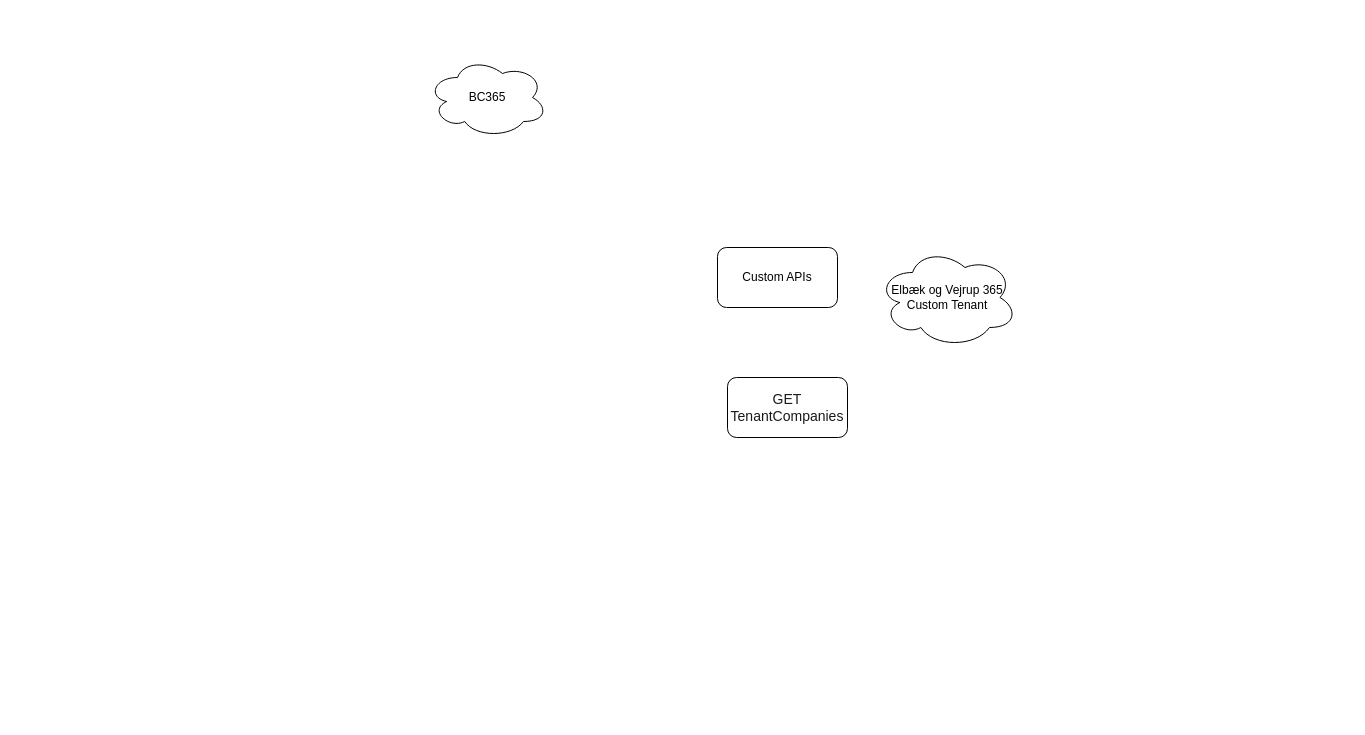
enkopvand/enterprise-architecture keeps this draw.io diagram as bc365.drawio. Above is the earlier version. Source tidied: cells renumbered, new cells numbered last; positions are measured from the earlier drawing's top-left corner, leaving out a move shared by most shapes. Both pictures are drawn from the tidied source at 100%, with x=0, y=0 at pixel (427, 57).
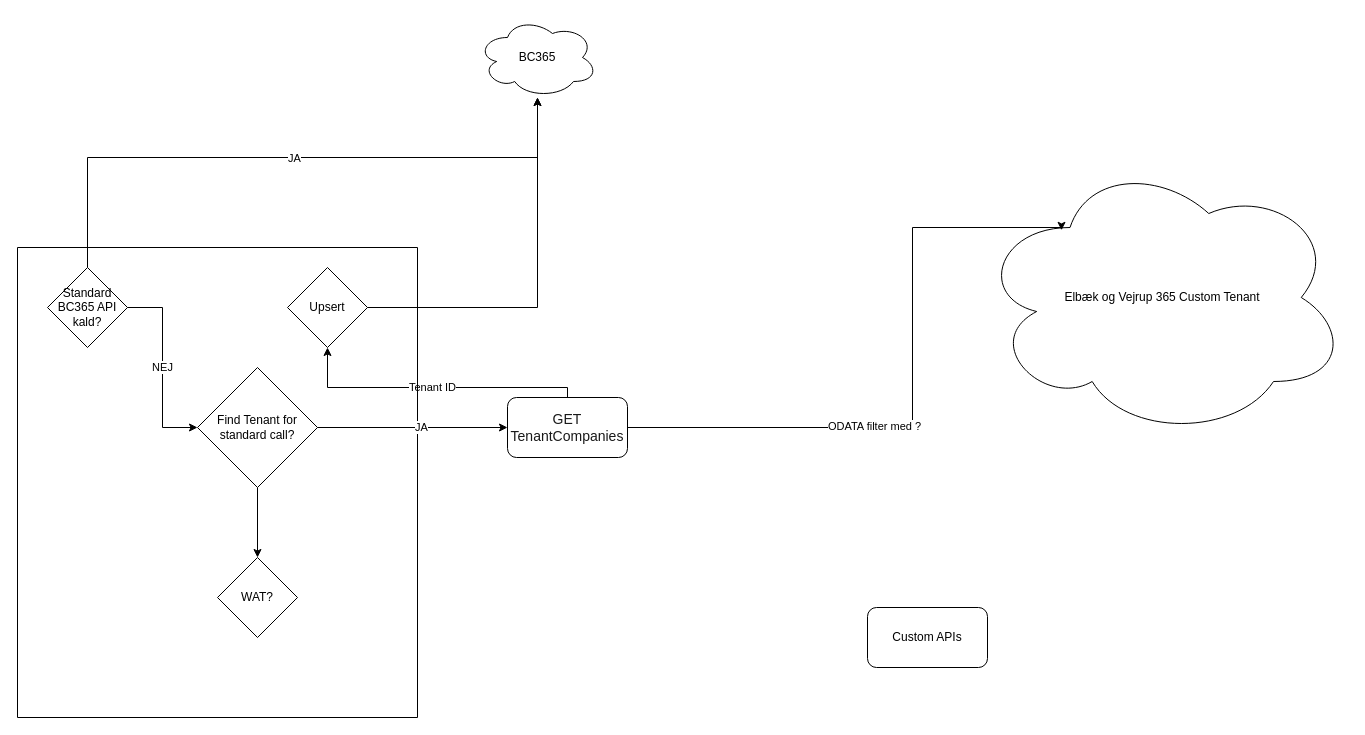
The same page after the edit.

Change to the diagram source:
```diff
@@
     <mxCell id="2" value="BC365" style="ellipse;shape=cloud;whiteSpace=wrap;html=1;" parent="1" vertex="1">
-      <mxGeometry width="120" height="80" as="geometry" />
+      <mxGeometry x="50" y="-40" width="120" height="80" as="geometry" />
     </mxCell>
     <mxCell id="3" value="Elbæk og Vejrup 365 Custom Tenant" style="ellipse;shape=cloud;whiteSpace=wrap;html=1;" parent="1" vertex="1">
-      <mxGeometry x="450" y="190" width="140" height="100" as="geometry" />
+      <mxGeometry x="550" y="100" width="370" height="280" as="geometry" />
     </mxCell>
+    <mxCell id="6" style="edgeStyle=orthogonalEdgeStyle;rounded=0;jettySize=auto;html=1;entryX=0.227;entryY=0.26;entryDx=0;entryDy=0;entryPerimeter=0;exitX=1;exitY=0.25;exitDx=0;exitDy=0;" parent="1" edge="1" source="4" target="3">
+      <mxGeometry relative="1" as="geometry">
+        <Array as="points">
+          <mxPoint x="200" y="370" />
+          <mxPoint x="485" y="370" />
+          <mxPoint x="485" y="170" />
+          <mxPoint x="634" y="170" />
+        </Array>
+      </mxGeometry>
+    </mxCell>
+    <mxCell id="7" value="ODATA filter med ?" style="edgeLabel;html=1;align=center;verticalAlign=middle;" parent="6" vertex="1">
+      <mxGeometry x="-0.2" y="2" relative="1" as="geometry" />
+    </mxCell>
+    <mxCell id="8" value="Tenant ID" style="edgeStyle=orthogonalEdgeStyle;rounded=0;jettySize=auto;html=1;entryX=0.5;entryY=1;entryDx=0;entryDy=0;" parent="1" edge="1" source="4" target="14">
+      <mxGeometry relative="1" as="geometry">
+        <Array as="points">
+          <mxPoint x="140" y="330" />
+          <mxPoint x="-100" y="330" />
+        </Array>
+      </mxGeometry>
+    </mxCell>
     <mxCell id="4" value="&lt;span style=&quot;color: rgba(0 , 0 , 0 , 0.9) ; font-family: &amp;#34;segoe ui vss (regular)&amp;#34; , &amp;#34;segoe ui&amp;#34; , , &amp;#34;blinkmacsystemfont&amp;#34; , &amp;#34;roboto&amp;#34; , &amp;#34;helvetica neue&amp;#34; , &amp;#34;helvetica&amp;#34; , &amp;#34;ubuntu&amp;#34; , &amp;#34;arial&amp;#34; , sans-serif , &amp;#34;apple color emoji&amp;#34; , &amp;#34;segoe ui emoji&amp;#34; , &amp;#34;segoe ui symbol&amp;#34; ; font-size: 14px ; background-color: rgb(255 , 255 , 255)&quot;&gt;GET&lt;br&gt;TenantCompanies&lt;/span&gt;" style="rounded=1;whiteSpace=wrap;html=1;" parent="1" vertex="1">
-      <mxGeometry x="300" y="320" width="120" height="60" as="geometry" />
+      <mxGeometry x="80" y="340" width="120" height="60" as="geometry" />
     </mxCell>
     <mxCell id="5" value="Custom APIs" style="rounded=1;whiteSpace=wrap;html=1;" parent="1" vertex="1">
-      <mxGeometry x="290" y="190" width="120" height="60" as="geometry" />
+      <mxGeometry x="440" y="550" width="120" height="60" as="geometry" />
     </mxCell>
+    <mxCell id="9" style="swimlane;startSize=0;" parent="1" vertex="1">
+      <mxGeometry x="-410" y="190" width="400" height="470" as="geometry" />
+    </mxCell>
+    <mxCell id="10" value="Standard BC365 API kald?" style="rhombus;whiteSpace=wrap;html=1;" parent="9" vertex="1">
+      <mxGeometry x="30" y="20" width="80" height="80" as="geometry" />
+    </mxCell>
+    <mxCell id="11" style="edgeStyle=orthogonalEdgeStyle;rounded=0;jettySize=auto;html=1;" parent="9" edge="1" source="12" target="15">
+      <mxGeometry relative="1" as="geometry" />
+    </mxCell>
+    <mxCell id="12" value="Find Tenant for standard call?" style="rhombus;whiteSpace=wrap;html=1;" parent="9" vertex="1">
+      <mxGeometry x="180" y="120" width="120" height="120" as="geometry" />
+    </mxCell>
+    <mxCell id="13" value="NEJ" style="edgeStyle=orthogonalEdgeStyle;rounded=0;jettySize=auto;html=1;entryX=0;entryY=0.5;entryDx=0;entryDy=0;exitX=1;exitY=0.5;exitDx=0;exitDy=0;" parent="9" edge="1" source="10" target="12">
+      <mxGeometry relative="1" as="geometry" />
+    </mxCell>
+    <mxCell id="14" value="Upsert" style="rhombus;whiteSpace=wrap;html=1;" parent="9" vertex="1">
+      <mxGeometry x="270" y="20" width="80" height="80" as="geometry" />
+    </mxCell>
+    <mxCell id="15" value="WAT?" style="rhombus;whiteSpace=wrap;html=1;" parent="9" vertex="1">
+      <mxGeometry x="200" y="310" width="80" height="80" as="geometry" />
+    </mxCell>
+    <mxCell id="16" style="edgeStyle=orthogonalEdgeStyle;rounded=0;jettySize=auto;html=1;" parent="1" edge="1" source="10" target="2">
+      <mxGeometry relative="1" as="geometry">
+        <Array as="points">
+          <mxPoint x="-340" y="100" />
+          <mxPoint x="110" y="100" />
+        </Array>
+      </mxGeometry>
+    </mxCell>
+    <mxCell id="17" value="JA" style="edgeLabel;html=1;align=center;verticalAlign=middle;" parent="16" vertex="1">
+      <mxGeometry x="0.02" relative="1" as="geometry" />
+    </mxCell>
+    <mxCell id="18" style="edgeStyle=orthogonalEdgeStyle;rounded=0;jettySize=auto;html=1;entryX=0;entryY=0.5;entryDx=0;entryDy=0;" parent="1" edge="1" source="12" target="4">
+      <mxGeometry relative="1" as="geometry" />
+    </mxCell>
+    <mxCell id="19" value="JA" style="edgeLabel;html=1;align=center;verticalAlign=middle;" parent="18" vertex="1">
+      <mxGeometry x="0.08" y="1" relative="1" as="geometry" />
+    </mxCell>
+    <mxCell id="20" style="edgeStyle=orthogonalEdgeStyle;rounded=0;jettySize=auto;html=1;" parent="1" edge="1" source="14" target="2">
+      <mxGeometry relative="1" as="geometry" />
+    </mxCell>
```
